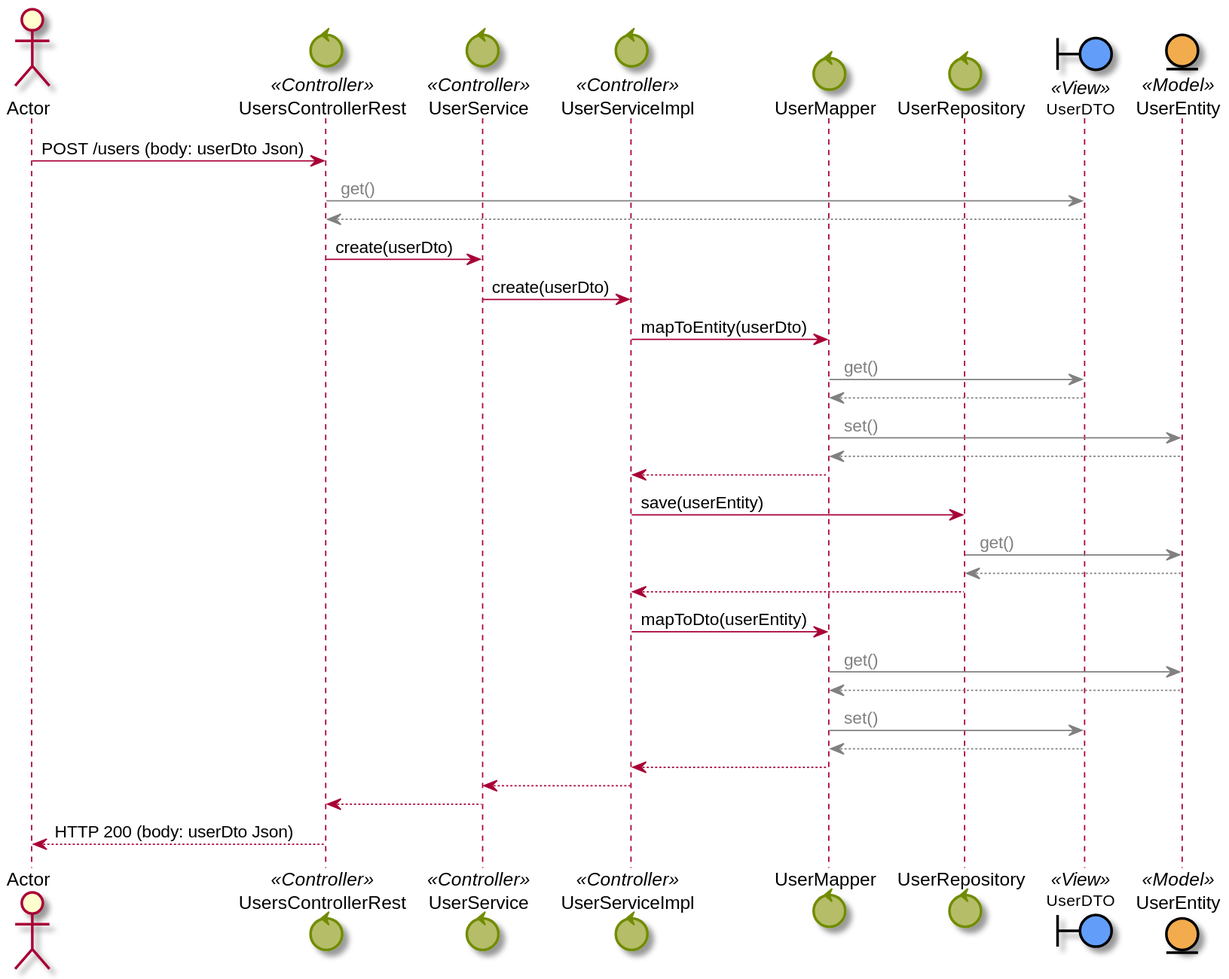
Earlier version of the PlantUML export svg/architecturalStyleSpringSequence.svg (Master-Desarrollo-20-21/arquitectura-del-software-diagramas-de-tu-framework-Ruskab). Its diagram source:
```plantuml
@startuml

!include skinParams.puml


actor Actor
control UsersControllerRest <<Controller>>
control UserService  <<Controller>>
control UserServiceImpl <<Controller>>
control UserMapper
control UserRepository
boundary UserDTO <<View>>
entity UserEntity <<Model>>

Actor -> UsersControllerRest : POST /users (body: userDto Json)
UsersControllerRest -[#Gray]> UserDTO : <color:#Gray> get()
UserDTO -[#Gray]-> UsersControllerRest
UsersControllerRest -> UserService : create(userDto)
UserService -> UserServiceImpl : create(userDto)
UserServiceImpl -> UserMapper : mapToEntity(userDto)
UserMapper [#Gray]-> UserDTO : <color:#Gray> get()
UserDTO -[#Gray]-> UserMapper
UserMapper [#Gray]-> UserEntity : <color:#Gray> set()
UserEntity -[#Gray]-> UserMapper
UserMapper --> UserServiceImpl
UserServiceImpl -> UserRepository : save(userEntity)
UserRepository [#Gray]-> UserEntity : <color:#Gray> get()
UserEntity -[#Gray]-> UserRepository
UserRepository --> UserServiceImpl
UserServiceImpl -> UserMapper : mapToDto(userEntity)
UserMapper [#Gray]-> UserEntity : <color:#Gray> get()
UserEntity -[#Gray]-> UserMapper
UserMapper [#Gray]-> UserDTO : <color:#Gray> set()
UserDTO -[#Gray]-> UserMapper
UserMapper --> UserServiceImpl
UserServiceImpl --> UserService
UserService --> UsersControllerRest
UsersControllerRest --> Actor : HTTP 200 (body: userDto Json)

@enduml
```
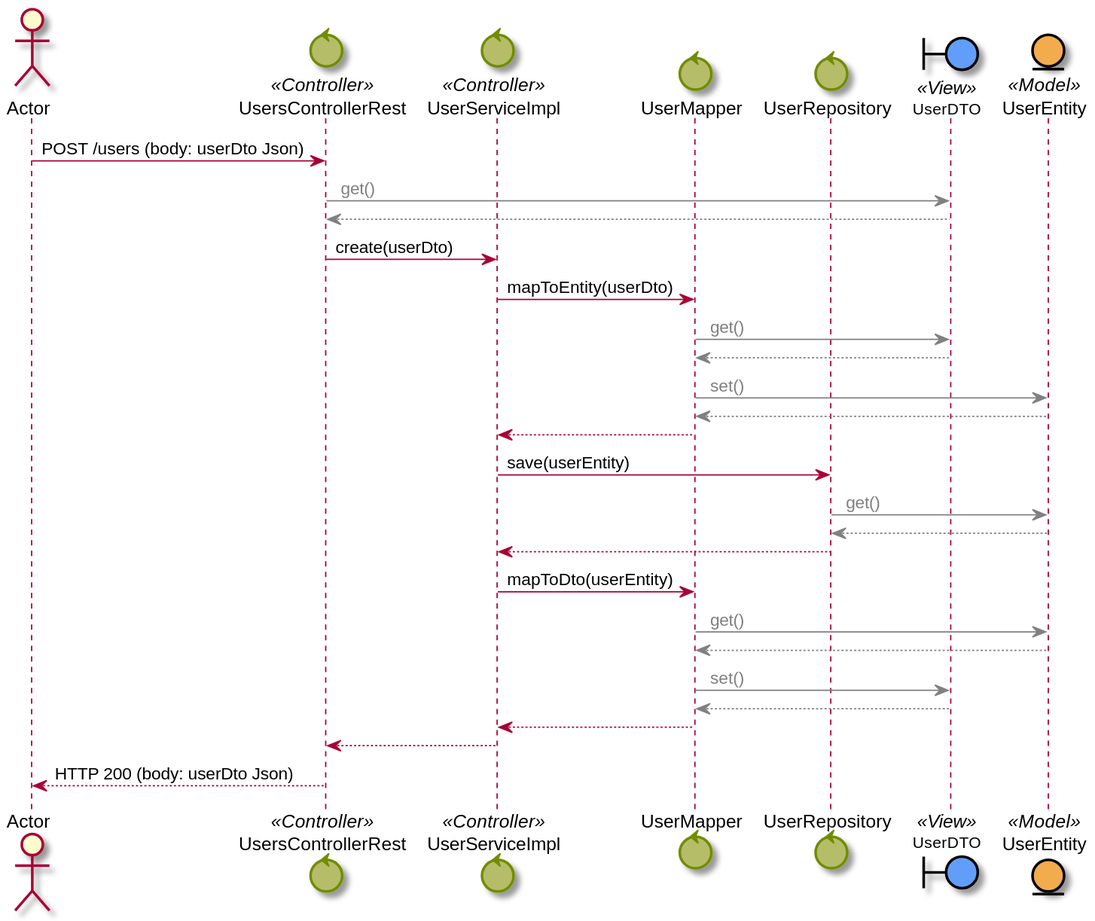
After the change.

Change to the diagram source:
```diff
@@ -5,7 +5,6 @@
 
 actor Actor
 control UsersControllerRest <<Controller>>
-control UserService  <<Controller>>
 control UserServiceImpl <<Controller>>
 control UserMapper
 control UserRepository
@@ -15,8 +14,7 @@
 Actor -> UsersControllerRest : POST /users (body: userDto Json)
 UsersControllerRest -[#Gray]> UserDTO : <color:#Gray> get()
 UserDTO -[#Gray]-> UsersControllerRest
-UsersControllerRest -> UserService : create(userDto)
-UserService -> UserServiceImpl : create(userDto)
+UsersControllerRest -> UserServiceImpl : create(userDto)
 UserServiceImpl -> UserMapper : mapToEntity(userDto)
 UserMapper [#Gray]-> UserDTO : <color:#Gray> get()
 UserDTO -[#Gray]-> UserMapper
@@ -33,8 +31,7 @@
 UserMapper [#Gray]-> UserDTO : <color:#Gray> set()
 UserDTO -[#Gray]-> UserMapper
 UserMapper --> UserServiceImpl
-UserServiceImpl --> UserService
-UserService --> UsersControllerRest
+UserServiceImpl --> UsersControllerRest
 UsersControllerRest --> Actor : HTTP 200 (body: userDto Json)
 
 @enduml
```
